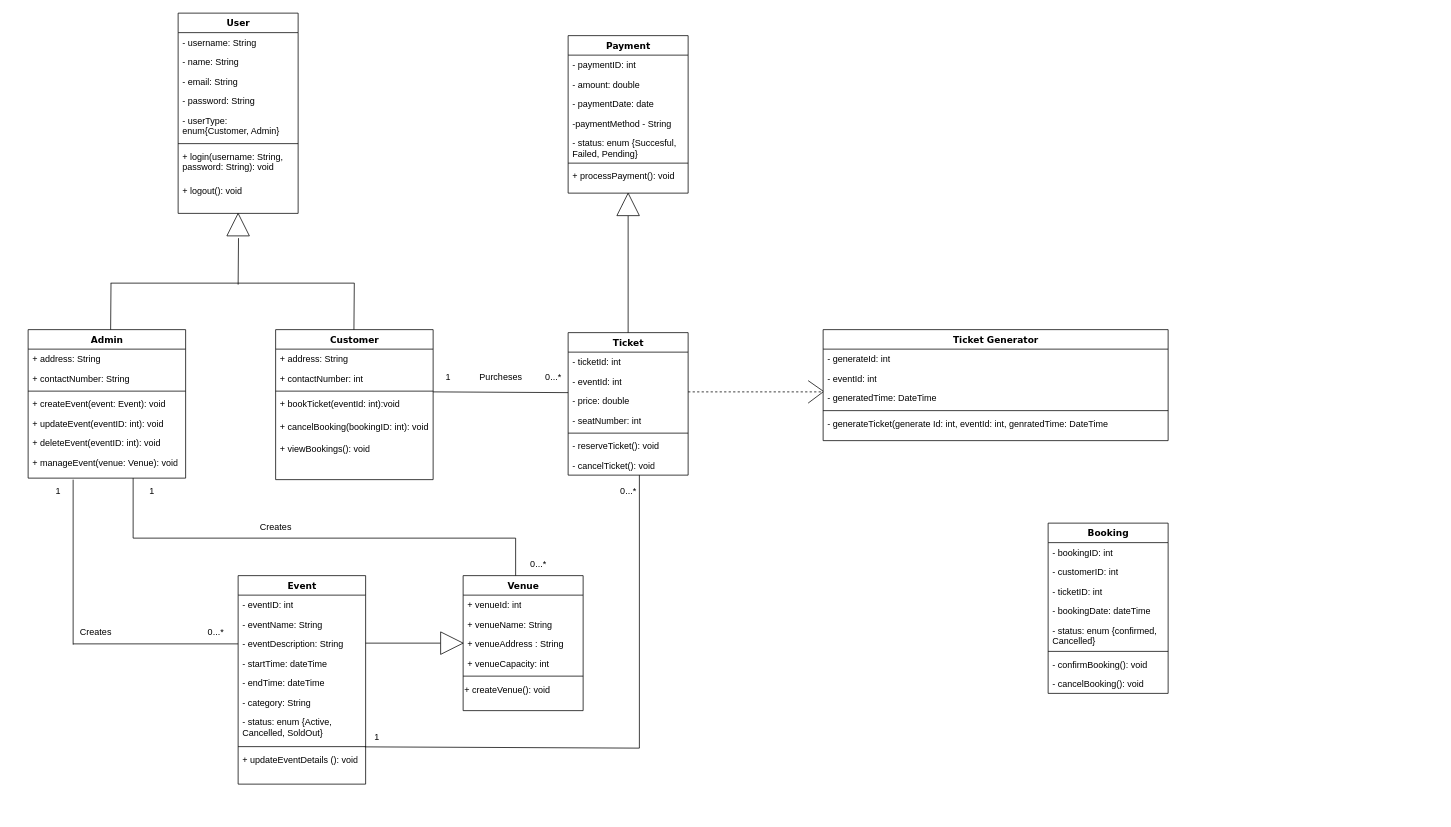
Earlier version of the draw.io diagram UML ADP3.drawio (PhihlelloJunaid/EventBookingApplication). Source tidied: cells renumbered, new cells numbered last; positions are measured from the earlier drawing's top-left corner, leaving out a move shared by most shapes. Both pictures are drawn from the tidied source at 75%, with x=0, y=0 at pixel (28, 13).
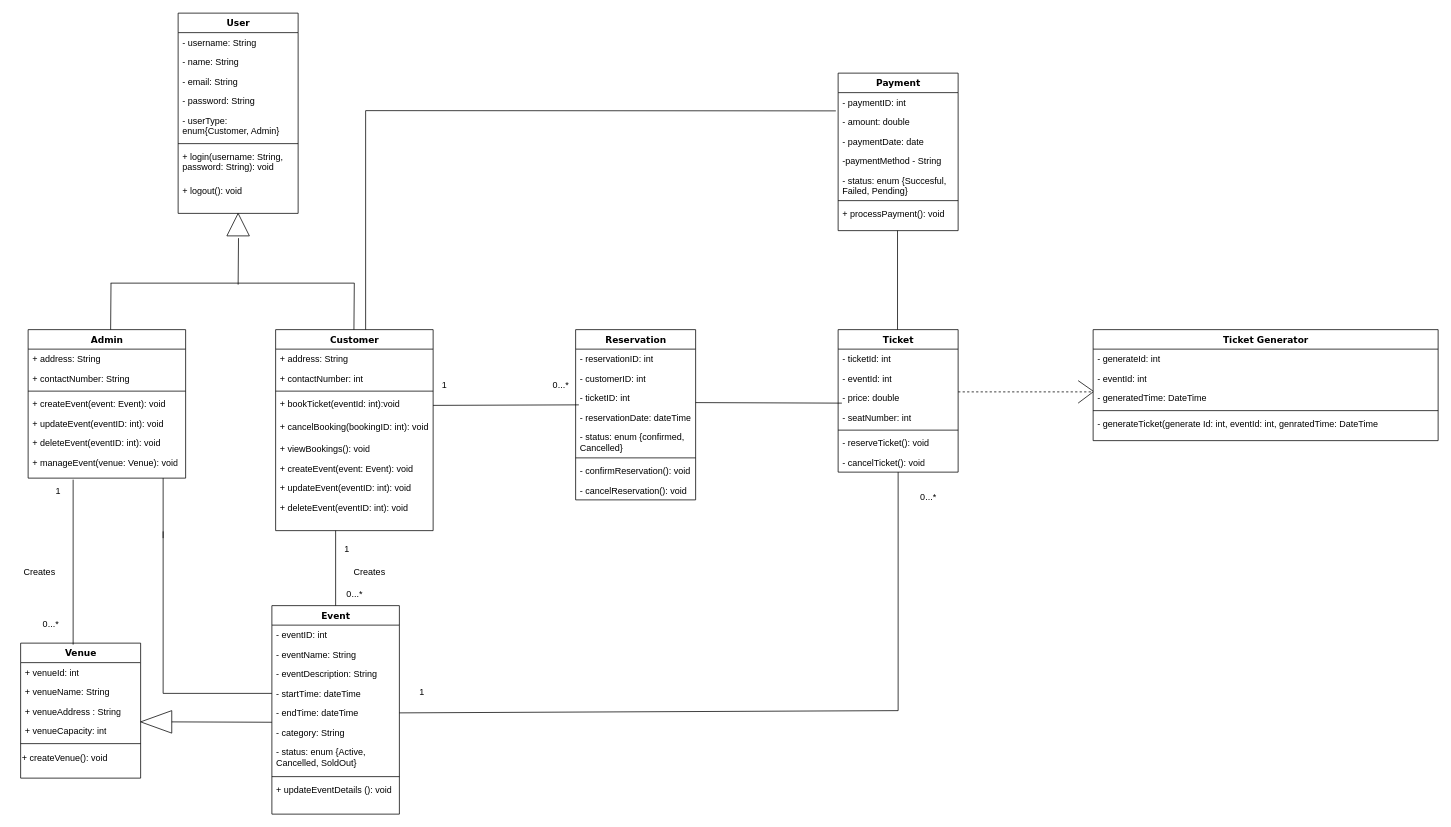
The same page after the edit.

The change refers to these unchanged cells:
```xml
<mxCell id="15" value="+ bookTicket(eventId: int):void" style="text;html=1;strokeColor=none;fillColor=none;align=left;verticalAlign=top;spacingLeft=4;spacingRight=4;whiteSpace=wrap;overflow=hidden;points=[[0,0.5],[1,0.5]];portConstraint=eastwest;" parent="11" vertex="1">
  <mxGeometry y="86" width="210" height="30" as="geometry" />
</mxCell>
<mxCell id="20" value="- amount: double" style="text;html=1;strokeColor=none;fillColor=none;align=left;verticalAlign=top;spacingLeft=4;spacingRight=4;whiteSpace=wrap;overflow=hidden;points=[[0,0.5],[1,0.5]];portConstraint=eastwest;" parent="18" vertex="1">
  <mxGeometry y="52" width="160" height="26" as="geometry" />
</mxCell>
<mxCell id="29" value="- eventDescription: String" style="text;html=1;strokeColor=none;fillColor=none;align=left;verticalAlign=top;spacingLeft=4;spacingRight=4;whiteSpace=wrap;overflow=hidden;points=[[0,0.5],[1,0.5]];portConstraint=eastwest;" parent="26" vertex="1">
  <mxGeometry y="78" width="170" height="26" as="geometry" />
</mxCell>
<mxCell id="30" value="-&amp;nbsp;startTime: dateTime" style="text;html=1;strokeColor=none;fillColor=none;align=left;verticalAlign=top;spacingLeft=4;spacingRight=4;whiteSpace=wrap;overflow=hidden;points=[[0,0.5],[1,0.5]];portConstraint=eastwest;" parent="26" vertex="1">
  <mxGeometry y="104" width="170" height="26" as="geometry" />
</mxCell>
<mxCell id="31" value="-&amp;nbsp;endTime: dateTime" style="text;html=1;strokeColor=none;fillColor=none;align=left;verticalAlign=top;spacingLeft=4;spacingRight=4;whiteSpace=wrap;overflow=hidden;points=[[0,0.5],[1,0.5]];portConstraint=eastwest;" parent="26" vertex="1">
  <mxGeometry y="130" width="170" height="26" as="geometry" />
</mxCell>
<mxCell id="35" value="+ updateEventDetails (): void" style="text;html=1;strokeColor=none;fillColor=none;align=left;verticalAlign=top;spacingLeft=4;spacingRight=4;whiteSpace=wrap;overflow=hidden;points=[[0,0.5],[1,0.5]];portConstraint=eastwest;" parent="26" vertex="1">
  <mxGeometry y="232" width="170" height="26" as="geometry" />
</mxCell>
<mxCell id="60" value="- cancelTicket(): void" style="text;html=1;strokeColor=none;fillColor=none;align=left;verticalAlign=top;spacingLeft=4;spacingRight=4;whiteSpace=wrap;overflow=hidden;points=[[0,0.5],[1,0.5]];portConstraint=eastwest;" parent="52" vertex="1">
  <mxGeometry y="164" width="160" height="26" as="geometry" />
</mxCell>
```

Diff of the diagram source:
```diff
@@
     <mxCell id="11" value="Customer" style="swimlane;html=1;fontStyle=1;align=center;verticalAlign=top;horizontal=1;startSize=26;swimlaneFillColor=#ffffff;rounded=0;shadow=0;comic=0;labelBackgroundColor=none;strokeWidth=1;fillColor=none;fontFamily=Verdana;fontSize=12;" parent="1" vertex="1">
-      <mxGeometry x="330" y="422" width="210" height="200" as="geometry" />
+      <mxGeometry x="330" y="422" width="210" height="268" as="geometry" />
     </mxCell>
@@
+    <mxCell id="106" value="+ createEvent(event: Event): void" style="text;html=1;strokeColor=none;fillColor=none;align=left;verticalAlign=top;spacingLeft=4;spacingRight=4;whiteSpace=wrap;overflow=hidden;" parent="11" vertex="1">
+      <mxGeometry y="172" width="210" height="26" as="geometry" />
+    </mxCell>
+    <mxCell id="107" value="+ updateEvent(eventID: int): void" style="text;html=1;strokeColor=none;fillColor=none;align=left;verticalAlign=top;spacingLeft=4;spacingRight=4;whiteSpace=wrap;overflow=hidden;" parent="11" vertex="1">
+      <mxGeometry y="198" width="210" height="26" as="geometry" />
+    </mxCell>
+    <mxCell id="108" value="+ deleteEvent(eventID: int): void" style="text;html=1;strokeColor=none;fillColor=none;align=left;verticalAlign=top;spacingLeft=4;spacingRight=4;whiteSpace=wrap;overflow=hidden;" parent="11" vertex="1">
+      <mxGeometry y="224" width="210" height="26" as="geometry" />
+    </mxCell>
     <mxCell id="18" value="Payment" style="swimlane;html=1;fontStyle=1;align=center;verticalAlign=top;horizontal=1;startSize=26;swimlaneFillColor=#ffffff;rounded=0;shadow=0;comic=0;labelBackgroundColor=none;strokeWidth=1;fillColor=none;fontFamily=Verdana;fontSize=12;" parent="1" vertex="1">
-      <mxGeometry x="720" y="30" width="160" height="210" as="geometry" />
+      <mxGeometry x="1080" y="80" width="160" height="210" as="geometry" />
     </mxCell>
@@
     <mxCell id="26" value="Event" style="swimlane;html=1;fontStyle=1;align=center;verticalAlign=top;horizontal=1;startSize=26;swimlaneFillColor=#ffffff;rounded=0;shadow=0;comic=0;labelBackgroundColor=none;strokeWidth=1;fillColor=none;fontFamily=Verdana;fontSize=12;" parent="1" vertex="1">
-      <mxGeometry x="280" y="750" width="170" height="278" as="geometry" />
+      <mxGeometry x="325" y="790" width="170" height="278" as="geometry" />
     </mxCell>
@@
-    <mxCell id="36" style="endArrow=none;html=1;rounded=0;exitX=0;exitY=0.5;exitDx=0;exitDy=0;" parent="26" edge="1" source="29">
-      <mxGeometry relative="1" as="geometry">
-        <mxPoint x="-220" y="91" as="targetPoint" />
-      </mxGeometry>
-    </mxCell>
@@
     <mxCell id="45" value="Venue" style="swimlane;html=1;fontStyle=1;align=center;verticalAlign=top;horizontal=1;startSize=26;swimlaneFillColor=#ffffff;rounded=0;shadow=0;comic=0;labelBackgroundColor=none;strokeWidth=1;fillColor=none;fontFamily=Verdana;fontSize=12;" parent="1" vertex="1">
-      <mxGeometry x="580" y="750" width="160" height="180" as="geometry" />
+      <mxGeometry x="-10" y="840" width="160" height="180" as="geometry" />
     </mxCell>
@@
     <mxCell id="52" value="Ticket" style="swimlane;html=1;fontStyle=1;align=center;verticalAlign=top;horizontal=1;startSize=26;swimlaneFillColor=#ffffff;rounded=0;shadow=0;comic=0;labelBackgroundColor=none;strokeWidth=1;fillColor=none;fontFamily=Verdana;fontSize=12;" parent="1" vertex="1">
-      <mxGeometry x="720" y="426" width="160" height="190" as="geometry" />
+      <mxGeometry x="1080" y="422" width="160" height="190" as="geometry" />
     </mxCell>
@@
-    <mxCell id="55" style="endArrow=none;html=1;rounded=0;entryX=0;entryY=0.5;entryDx=0;entryDy=0;exitX=0;exitY=0.5;exitDx=0;exitDy=0;" parent="52" edge="1">
-      <mxGeometry relative="1" as="geometry">
-        <mxPoint y="80" as="sourcePoint" />
-        <mxPoint x="-180" y="79" as="targetPoint" />
-      </mxGeometry>
-    </mxCell>
@@
-    <mxCell id="61" value="Booking" style="swimlane;html=1;fontStyle=1;align=center;verticalAlign=top;horizontal=1;startSize=26;swimlaneFillColor=#ffffff;rounded=0;shadow=0;comic=0;labelBackgroundColor=none;strokeWidth=1;fillColor=none;fontFamily=Verdana;fontSize=12;" parent="1" vertex="1">
-      <mxGeometry x="1360" y="680" width="160" height="227" as="geometry" />
+    <mxCell id="61" value="Reservation" style="swimlane;html=1;fontStyle=1;align=center;verticalAlign=top;horizontal=1;startSize=26;swimlaneFillColor=#ffffff;rounded=0;shadow=0;comic=0;labelBackgroundColor=none;strokeWidth=1;fillColor=none;fontFamily=Verdana;fontSize=12;" parent="1" vertex="1">
+      <mxGeometry x="730" y="422" width="160" height="227" as="geometry" />
     </mxCell>
-    <mxCell id="62" value="- bookingID: int" style="text;html=1;strokeColor=none;fillColor=none;align=left;verticalAlign=top;spacingLeft=4;spacingRight=4;whiteSpace=wrap;overflow=hidden;" parent="61" vertex="1">
+    <mxCell id="62" value="- reservationID: int" style="text;html=1;strokeColor=none;fillColor=none;align=left;verticalAlign=top;spacingLeft=4;spacingRight=4;whiteSpace=wrap;overflow=hidden;" parent="61" vertex="1">
       <mxGeometry y="26" width="160" height="26" as="geometry" />
     </mxCell>
@@
-    <mxCell id="65" value="- bookingDate: dateTime" style="text;html=1;strokeColor=none;fillColor=none;align=left;verticalAlign=top;spacingLeft=4;spacingRight=4;whiteSpace=wrap;overflow=hidden;points=[[0,0.5],[1,0.5]];portConstraint=eastwest;" parent="61" vertex="1">
+    <mxCell id="65" value="- reservationDate: dateTime" style="text;html=1;strokeColor=none;fillColor=none;align=left;verticalAlign=top;spacingLeft=4;spacingRight=4;whiteSpace=wrap;overflow=hidden;points=[[0,0.5],[1,0.5]];portConstraint=eastwest;" parent="61" vertex="1">
       <mxGeometry y="104" width="160" height="26" as="geometry" />
     </mxCell>
@@
-    <mxCell id="68" value="- confirmBooking(): void" style="text;html=1;strokeColor=none;fillColor=none;align=left;verticalAlign=top;spacingLeft=4;spacingRight=4;whiteSpace=wrap;overflow=hidden;" parent="61" vertex="1">
+    <mxCell id="68" value="- confirmReservation(): void" style="text;html=1;strokeColor=none;fillColor=none;align=left;verticalAlign=top;spacingLeft=4;spacingRight=4;whiteSpace=wrap;overflow=hidden;" parent="61" vertex="1">
       <mxGeometry y="175" width="160" height="26" as="geometry" />
     </mxCell>
-    <mxCell id="69" value="- cancelBooking(): void" style="text;html=1;strokeColor=none;fillColor=none;align=left;verticalAlign=top;spacingLeft=4;spacingRight=4;whiteSpace=wrap;overflow=hidden;" parent="61" vertex="1">
+    <mxCell id="69" value="- cancelReservation(): void" style="text;html=1;strokeColor=none;fillColor=none;align=left;verticalAlign=top;spacingLeft=4;spacingRight=4;whiteSpace=wrap;overflow=hidden;" parent="61" vertex="1">
       <mxGeometry y="201" width="160" height="26" as="geometry" />
     </mxCell>
@@
-    <mxCell id="75" style="endArrow=none;html=1;rounded=0;exitX=0.5;exitY=0;exitDx=0;exitDy=0;" parent="1" edge="1" source="88">
-      <mxGeometry relative="1" as="geometry">
-        <mxPoint x="800" y="265" as="targetPoint" />
-      </mxGeometry>
-    </mxCell>
@@
-    <mxCell id="78" value="1" style="text;html=1;align=center;verticalAlign=middle;strokeColor=none;fillColor=none;" parent="1" vertex="1">
-      <mxGeometry x="545" y="470" width="30" height="30" as="geometry" />
-    </mxCell>
     <mxCell id="79" style="endArrow=none;html=1;rounded=0;" parent="1" edge="1">
       <mxGeometry relative="1" as="geometry">
-        <mxPoint x="140" y="700" as="sourcePoint" />
-        <mxPoint x="140" y="620" as="targetPoint" />
+        <mxPoint x="180" y="700" as="sourcePoint" />
+        <mxPoint x="180" y="620" as="targetPoint" />
       </mxGeometry>
     </mxCell>
-    <mxCell id="80" style="endArrow=none;html=1;rounded=0;" parent="1" edge="1">
-      <mxGeometry relative="1" as="geometry">
-        <mxPoint x="650" y="700" as="sourcePoint" />
-        <mxPoint x="140" y="700" as="targetPoint" />
-      </mxGeometry>
-    </mxCell>
-    <mxCell id="81" style="endArrow=none;html=1;rounded=0;" parent="1" edge="1">
-      <mxGeometry relative="1" as="geometry">
-        <mxPoint x="650" y="750" as="sourcePoint" />
-        <mxPoint x="650" y="700" as="targetPoint" />
-      </mxGeometry>
-    </mxCell>
-    <mxCell id="82" value="0...*" style="text;html=1;align=center;verticalAlign=middle;strokeColor=none;fillColor=none;" parent="1" vertex="1">
-      <mxGeometry x="230" y="810" width="40" height="30" as="geometry" />
-    </mxCell>
-    <mxCell id="83" value="1" style="text;html=1;align=center;verticalAlign=middle;strokeColor=none;fillColor=none;" parent="1" vertex="1">
-      <mxGeometry x="150" y="622" width="30" height="30" as="geometry" />
-    </mxCell>
     <mxCell id="84" value="0...*" style="text;html=1;align=center;verticalAlign=middle;strokeColor=none;fillColor=none;" parent="1" vertex="1">
-      <mxGeometry x="660" y="720" width="40" height="30" as="geometry" />
+      <mxGeometry x="10" y="800" width="40" height="30" as="geometry" />
     </mxCell>
-    <mxCell id="85" style="endArrow=none;html=1;rounded=0;exitX=0.75;exitY=0;exitDx=0;exitDy=0;" parent="1" edge="1">
-      <mxGeometry relative="1" as="geometry">
-        <mxPoint x="450" y="840" as="sourcePoint" />
-        <mxPoint x="550" y="840" as="targetPoint" />
-      </mxGeometry>
-    </mxCell>
-    <mxCell id="86" style="triangle;whiteSpace=wrap;html=1;direction=east;" parent="1" vertex="1">
-      <mxGeometry x="550" y="825" width="30" height="30" as="geometry" />
-    </mxCell>
-    <mxCell id="87" style="endArrow=none;html=1;rounded=0;exitX=0.5;exitY=0;exitDx=0;exitDy=0;" parent="1" edge="1" source="52" target="88">
-      <mxGeometry relative="1" as="geometry" />
-    </mxCell>
-    <mxCell id="88" style="triangle;whiteSpace=wrap;html=1;direction=north;" parent="1" vertex="1">
-      <mxGeometry x="785" y="240" width="30" height="30" as="geometry" />
-    </mxCell>
-    <mxCell id="89" value="0...*" style="text;html=1;align=center;verticalAlign=middle;strokeColor=none;fillColor=none;" parent="1" vertex="1">
-      <mxGeometry x="680" y="470" width="40" height="30" as="geometry" />
-    </mxCell>
     <mxCell id="90" value="Creates" style="text;html=1;align=center;verticalAlign=middle;strokeColor=none;fillColor=none;" parent="1" vertex="1">
-      <mxGeometry x="55" y="810" width="70" height="30" as="geometry" />
+      <mxGeometry x="-20" y="730" width="70" height="30" as="geometry" />
     </mxCell>
-    <mxCell id="91" value="Creates" style="text;html=1;align=center;verticalAlign=middle;strokeColor=none;fillColor=none;" parent="1" vertex="1">
-      <mxGeometry x="295" y="670" width="70" height="30" as="geometry" />
-    </mxCell>
-    <mxCell id="92" value="Purcheses" style="text;html=1;align=center;verticalAlign=middle;strokeColor=none;fillColor=none;" parent="1" vertex="1">
-      <mxGeometry x="590" y="470" width="80" height="30" as="geometry" />
-    </mxCell>
     <mxCell id="93" value="Ticket Generator" style="swimlane;html=1;fontStyle=1;align=center;verticalAlign=top;horizontal=1;startSize=26;swimlaneFillColor=#ffffff;rounded=0;shadow=0;comic=0;labelBackgroundColor=none;strokeWidth=1;fillColor=none;fontFamily=Verdana;fontSize=12;" parent="1" vertex="1">
-      <mxGeometry x="1060" y="422" width="460" height="148" as="geometry" />
+      <mxGeometry x="1420" y="422" width="460" height="148" as="geometry" />
     </mxCell>
@@
+    <mxCell id="103" style="endArrow=none;html=1;rounded=0;exitX=0.994;exitY=-0.141;exitDx=0;exitDy=0;exitPerimeter=0;entryX=0;entryY=0.5;entryDx=0;entryDy=0;" parent="1" edge="1" target="30">
+      <mxGeometry relative="1" as="geometry">
+        <mxPoint x="180" y="691" as="sourcePoint" />
+        <Array as="points">
+          <mxPoint x="180" y="907" />
+        </Array>
+      </mxGeometry>
+    </mxCell>
+    <mxCell id="104" value="1" style="text;html=1;align=center;verticalAlign=middle;strokeColor=none;fillColor=none;" parent="1" vertex="1">
+      <mxGeometry x="510" y="890" width="30" height="30" as="geometry" />
+    </mxCell>
+    <mxCell id="109" style="group;flipV=1;flipH=1;" parent="1" vertex="1">
+      <mxGeometry x="150" y="930" width="180" height="30" as="geometry" />
+    </mxCell>
+    <mxCell id="85" style="endArrow=none;html=1;rounded=0;exitX=0.75;exitY=0;exitDx=0;exitDy=0;" parent="109" edge="1">
+      <mxGeometry relative="1" as="geometry">
+        <mxPoint x="175" y="15.5" as="sourcePoint" />
+        <mxPoint x="40" y="15" as="targetPoint" />
+      </mxGeometry>
+    </mxCell>
+    <mxCell id="86" style="triangle;whiteSpace=wrap;html=1;direction=west;" parent="109" vertex="1">
+      <mxGeometry width="41.5" height="30" as="geometry" />
+    </mxCell>
+    <mxCell id="36" style="endArrow=none;html=1;rounded=0;exitX=0.5;exitY=0;exitDx=0;exitDy=0;" parent="1" edge="1" source="26">
+      <mxGeometry relative="1" as="geometry">
+        <mxPoint x="410" y="690" as="targetPoint" />
+      </mxGeometry>
+    </mxCell>
+    <mxCell id="110" style="endArrow=none;html=1;rounded=0;exitX=1;exitY=0.5;exitDx=0;exitDy=0;" parent="1" edge="1" source="31">
+      <mxGeometry relative="1" as="geometry">
+        <mxPoint x="1160" y="930" as="targetPoint" />
+      </mxGeometry>
+    </mxCell>
+    <mxCell id="111" style="group;" parent="1" vertex="1">
+      <mxGeometry x="1240" y="490" width="180" height="30" as="geometry" />
+    </mxCell>
-    <mxCell id="99" style="endArrow=none;dashed=1;html=1;rounded=0;" parent="1" edge="1">
+    <mxCell id="99" style="endArrow=none;dashed=1;html=1;rounded=0;" parent="111" edge="1">
       <mxGeometry relative="1" as="geometry">
-        <mxPoint x="880" y="505" as="sourcePoint" />
-        <mxPoint x="1060" y="505" as="targetPoint" />
+        <mxPoint y="15" as="sourcePoint" />
+        <mxPoint x="180" y="15" as="targetPoint" />
       </mxGeometry>
     </mxCell>
-    <mxCell id="100" style="endArrow=none;html=1;rounded=0;" parent="1" edge="1">
+    <mxCell id="100" style="endArrow=none;html=1;rounded=0;" parent="111" edge="1">
       <mxGeometry relative="1" as="geometry">
-        <mxPoint x="1040" y="520" as="sourcePoint" />
-        <mxPoint x="1060" y="505" as="targetPoint" />
+        <mxPoint x="160" y="30" as="sourcePoint" />
+        <mxPoint x="180" y="15" as="targetPoint" />
       </mxGeometry>
     </mxCell>
-    <mxCell id="101" style="endArrow=none;html=1;rounded=0;" parent="1" edge="1">
+    <mxCell id="101" style="endArrow=none;html=1;rounded=0;" parent="111" edge="1">
       <mxGeometry relative="1" as="geometry">
-        <mxPoint x="1040" y="490" as="sourcePoint" />
-        <mxPoint x="1060" y="504" as="targetPoint" />
+        <mxPoint x="160" as="sourcePoint" />
+        <mxPoint x="180" y="14" as="targetPoint" />
       </mxGeometry>
     </mxCell>
-    <mxCell id="102" style="endArrow=none;html=1;rounded=0;" parent="1" edge="1">
-      <mxGeometry relative="1" as="geometry">
-        <mxPoint x="815" y="980" as="sourcePoint" />
-        <mxPoint x="815" y="616" as="targetPoint" />
-      </mxGeometry>
-    </mxCell>
-    <mxCell id="103" style="endArrow=none;html=1;rounded=0;exitX=0.994;exitY=-0.141;exitDx=0;exitDy=0;exitPerimeter=0;" parent="1" edge="1" source="35">
-      <mxGeometry relative="1" as="geometry">
-        <mxPoint x="815" y="980" as="targetPoint" />
-      </mxGeometry>
-    </mxCell>
-    <mxCell id="104" value="1" style="text;html=1;align=center;verticalAlign=middle;strokeColor=none;fillColor=none;" parent="1" vertex="1">
-      <mxGeometry x="450" y="950" width="30" height="30" as="geometry" />
-    </mxCell>
-    <mxCell id="105" value="0...*" style="text;html=1;align=center;verticalAlign=middle;strokeColor=none;fillColor=none;" parent="1" vertex="1">
-      <mxGeometry x="780" y="622" width="40" height="30" as="geometry" />
-    </mxCell>
+    <mxCell id="112" style="endArrow=none;html=1;rounded=0;exitX=1;exitY=0.5;exitDx=0;exitDy=0;entryX=0.027;entryY=-0.141;entryDx=0;entryDy=0;entryPerimeter=0;" parent="1" edge="1" source="15" target="65">
+      <mxGeometry relative="1" as="geometry" />
+    </mxCell>
+    <mxCell id="113" style="endArrow=none;html=1;rounded=0;exitX=1;exitY=0.5;exitDx=0;exitDy=0;entryX=0.027;entryY=-0.141;entryDx=0;entryDy=0;entryPerimeter=0;" parent="1" edge="1">
+      <mxGeometry relative="1" as="geometry">
+        <mxPoint x="890" y="519.3" as="sourcePoint" />
+        <mxPoint x="1085" y="520" as="targetPoint" />
+      </mxGeometry>
+    </mxCell>
+    <mxCell id="114" style="endArrow=none;html=1;rounded=0;exitX=0.5;exitY=0;exitDx=0;exitDy=0;" parent="1" edge="1">
+      <mxGeometry relative="1" as="geometry">
+        <mxPoint x="1159.2" y="422" as="sourcePoint" />
+        <mxPoint x="1159.2" y="290" as="targetPoint" />
+      </mxGeometry>
+    </mxCell>
+    <mxCell id="115" style="endArrow=none;html=1;rounded=0;" parent="1" edge="1" target="60">
+      <mxGeometry relative="1" as="geometry">
+        <mxPoint x="1160" y="930" as="sourcePoint" />
+      </mxGeometry>
+    </mxCell>
+    <mxCell id="116" style="endArrow=none;html=1;rounded=0;" parent="1" edge="1">
+      <mxGeometry relative="1" as="geometry">
+        <mxPoint x="450" y="422" as="sourcePoint" />
+        <mxPoint x="450" y="130" as="targetPoint" />
+      </mxGeometry>
+    </mxCell>
+    <mxCell id="117" style="endArrow=none;html=1;rounded=0;entryX=-0.019;entryY=-0.064;entryDx=0;entryDy=0;entryPerimeter=0;" parent="1" edge="1" target="20">
+      <mxGeometry relative="1" as="geometry">
+        <mxPoint x="450" y="130" as="sourcePoint" />
+      </mxGeometry>
+    </mxCell>
+    <mxCell id="118" value="1" style="text;html=1;align=center;verticalAlign=middle;strokeColor=none;fillColor=none;" parent="1" vertex="1">
+      <mxGeometry x="410" y="700" width="30" height="30" as="geometry" />
+    </mxCell>
+    <mxCell id="91" value="Creates" style="text;html=1;align=center;verticalAlign=middle;strokeColor=none;fillColor=none;" parent="1" vertex="1">
+      <mxGeometry x="420" y="730" width="70" height="30" as="geometry" />
+    </mxCell>
+    <mxCell id="119" value="0...*" style="text;html=1;align=center;verticalAlign=middle;strokeColor=none;fillColor=none;" parent="1" vertex="1">
+      <mxGeometry x="415" y="760" width="40" height="30" as="geometry" />
+    </mxCell>
+    <mxCell id="120" value="0...*" style="text;html=1;align=center;verticalAlign=middle;strokeColor=none;fillColor=none;" parent="1" vertex="1">
+      <mxGeometry x="1180" y="630" width="40" height="30" as="geometry" />
+    </mxCell>
+    <mxCell id="121" value="0...*" style="text;html=1;align=center;verticalAlign=middle;strokeColor=none;fillColor=none;" parent="1" vertex="1">
+      <mxGeometry x="690" y="481" width="40" height="30" as="geometry" />
+    </mxCell>
+    <mxCell id="122" value="1" style="text;html=1;align=center;verticalAlign=middle;strokeColor=none;fillColor=none;" parent="1" vertex="1">
+      <mxGeometry x="540" y="481" width="30" height="30" as="geometry" />
+    </mxCell>
```
